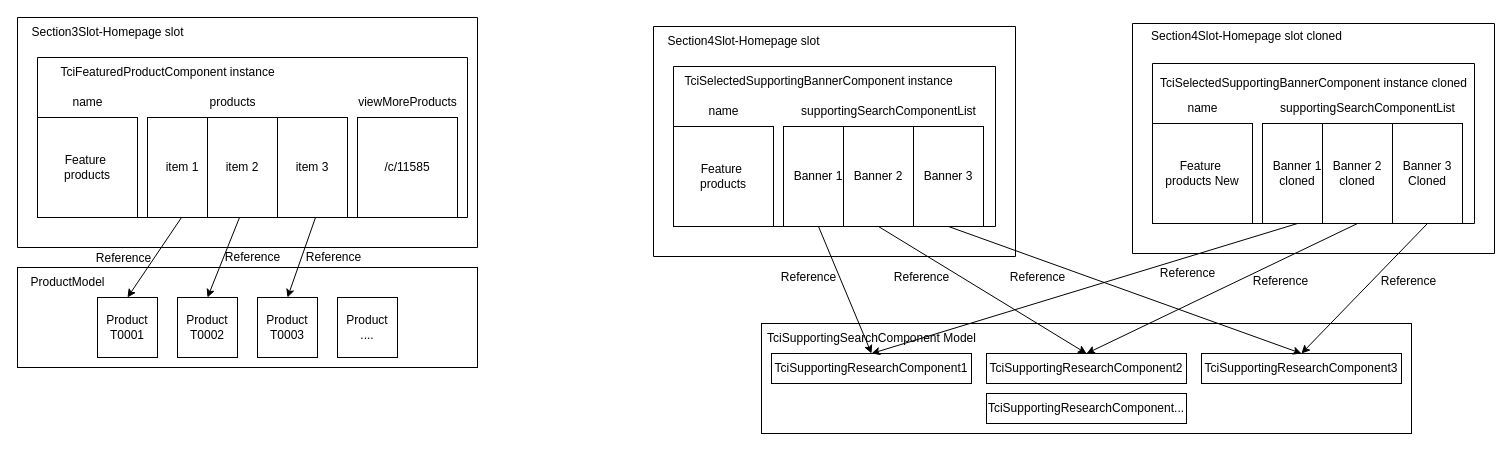
The draw.io diagram diagrams/DrawTemp.drawio in pinestran/transferfiles, before the edit. Source tidied: cells renumbered, new cells numbered last; positions are measured from the earlier drawing's top-left corner, leaving out a move shared by most shapes. Both pictures are drawn from the tidied source at 100%, with x=0, y=0 at pixel (17, 17).
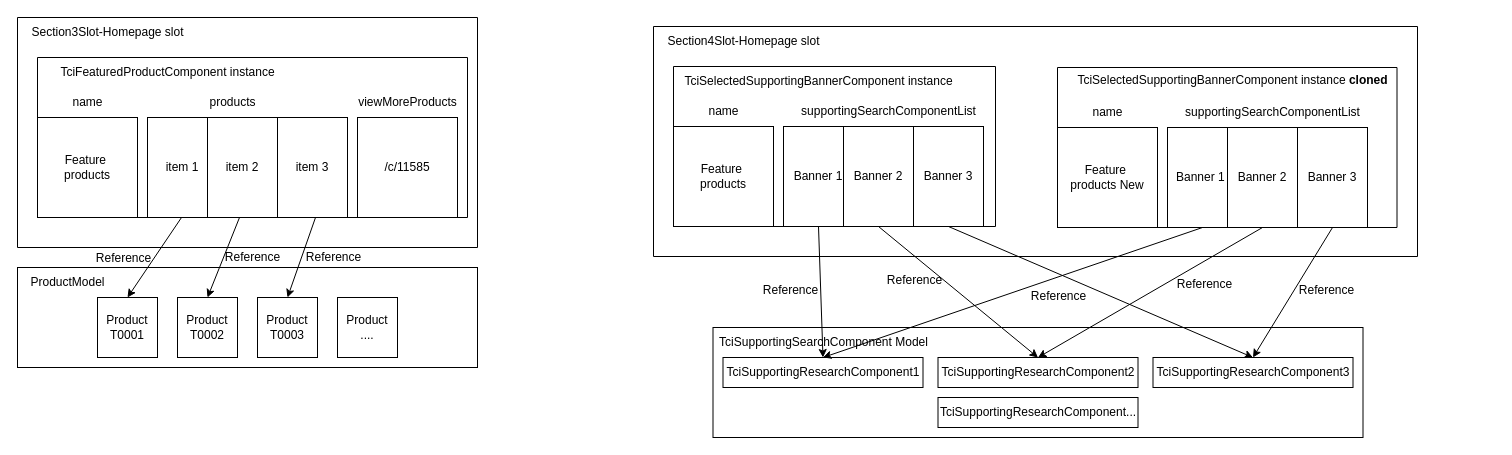
After the change.

Change to the diagram source:
```diff
@@
     <mxCell id="21" style="rounded=0;whiteSpace=wrap;html=1;" parent="1" vertex="1">
-      <mxGeometry x="744" y="306" width="650" height="110" as="geometry" />
+      <mxGeometry x="695.5" y="310" width="650" height="110" as="geometry" />
     </mxCell>
     <mxCell id="22" style="swimlane;startSize=0;" parent="1" vertex="1">
-      <mxGeometry x="636" y="9" width="362" height="230" as="geometry" />
+      <mxGeometry x="636" y="9" width="764" height="230" as="geometry" />
     </mxCell>
@@
     <mxCell id="33" value="TciSupportingSearchComponent Model" style="text;html=1;align=center;verticalAlign=middle;strokeColor=none;fillColor=none;" parent="1" vertex="1">
-      <mxGeometry x="739" y="306" width="230" height="30" as="geometry" />
+      <mxGeometry x="690.5" y="310" width="230" height="30" as="geometry" />
     </mxCell>
     <mxCell id="34" value="TciSupportingResearchComponent1" style="rounded=0;whiteSpace=wrap;html=1;" parent="1" vertex="1">
-      <mxGeometry x="754" y="336" width="200" height="30" as="geometry" />
+      <mxGeometry x="705.5" y="340" width="200" height="30" as="geometry" />
     </mxCell>
     <mxCell id="35" value="TciSupportingResearchComponent2" style="rounded=0;whiteSpace=wrap;html=1;" parent="1" vertex="1">
-      <mxGeometry x="969" y="336" width="200" height="30" as="geometry" />
+      <mxGeometry x="920.5" y="340" width="200" height="30" as="geometry" />
     </mxCell>
     <mxCell id="36" value="TciSupportingResearchComponent3" style="rounded=0;whiteSpace=wrap;html=1;" parent="1" vertex="1">
-      <mxGeometry x="1184" y="336" width="200" height="30" as="geometry" />
+      <mxGeometry x="1135.5" y="340" width="200" height="30" as="geometry" />
     </mxCell>
     <mxCell id="37" value="TciSupportingResearchComponent..." style="rounded=0;whiteSpace=wrap;html=1;" parent="1" vertex="1">
-      <mxGeometry x="969" y="376" width="200" height="30" as="geometry" />
+      <mxGeometry x="920.5" y="380" width="200" height="30" as="geometry" />
     </mxCell>
@@
     <mxCell id="44" value="Reference" style="text;html=1;align=center;verticalAlign=middle;strokeColor=none;fillColor=none;" parent="1" vertex="1">
-      <mxGeometry x="754" y="247" width="73" height="26" as="geometry" />
+      <mxGeometry x="736" y="260" width="73" height="26" as="geometry" />
     </mxCell>
     <mxCell id="45" value="Reference" style="text;html=1;align=center;verticalAlign=middle;strokeColor=none;fillColor=none;" parent="1" vertex="1">
-      <mxGeometry x="983" y="247" width="73" height="26" as="geometry" />
+      <mxGeometry x="1004" y="266" width="73" height="26" as="geometry" />
     </mxCell>
     <mxCell id="46" value="Reference" style="text;html=1;align=center;verticalAlign=middle;strokeColor=none;fillColor=none;" parent="1" vertex="1">
-      <mxGeometry x="867" y="247" width="73" height="26" as="geometry" />
+      <mxGeometry x="860" y="250" width="73" height="26" as="geometry" />
     </mxCell>
@@
-    <mxCell id="50" style="swimlane;startSize=0;" parent="1" vertex="1">
-      <mxGeometry x="1115" y="6" width="362" height="230" as="geometry" />
-    </mxCell>
-    <mxCell id="51" value="Section4Slot-Homepage slot cloned" style="text;html=1;align=center;verticalAlign=middle;strokeColor=none;fillColor=none;" parent="50" vertex="1">
-      <mxGeometry x="9" width="209" height="26" as="geometry" />
-    </mxCell>
+    <mxCell id="61" style="endArrow=classic;html=1;rounded=0;entryX=0.5;entryY=0;entryDx=0;entryDy=0;exitX=0.5;exitY=1;exitDx=0;exitDy=0;" parent="1" edge="1" source="57" target="36">
+      <mxGeometry relative="1" as="geometry" />
+    </mxCell>
+    <mxCell id="62" style="endArrow=classic;html=1;rounded=0;entryX=0.5;entryY=0;entryDx=0;entryDy=0;exitX=0.5;exitY=1;exitDx=0;exitDy=0;" parent="1" edge="1" source="58" target="35">
+      <mxGeometry relative="1" as="geometry" />
+    </mxCell>
+    <mxCell id="63" style="endArrow=classic;html=1;rounded=0;entryX=0.5;entryY=0;entryDx=0;entryDy=0;exitX=0.5;exitY=1;exitDx=0;exitDy=0;" parent="1" edge="1" source="56" target="34">
+      <mxGeometry relative="1" as="geometry" />
+    </mxCell>
+    <mxCell id="64" value="Reference" style="text;html=1;align=center;verticalAlign=middle;strokeColor=none;fillColor=none;" parent="1" vertex="1">
+      <mxGeometry x="1150" y="254" width="73" height="26" as="geometry" />
+    </mxCell>
+    <mxCell id="66" value="Reference" style="text;html=1;align=center;verticalAlign=middle;strokeColor=none;fillColor=none;" parent="1" vertex="1">
+      <mxGeometry x="1272.5" y="260" width="73" height="26" as="geometry" />
+    </mxCell>
-    <mxCell id="52" style="swimlane;startSize=0;" parent="50" vertex="1">
-      <mxGeometry x="20" y="40" width="322" height="160" as="geometry" />
+    <mxCell id="52" style="swimlane;startSize=0;" parent="1" vertex="1">
+      <mxGeometry x="1040" y="50" width="339.5" height="160" as="geometry" />
     </mxCell>
-    <mxCell id="53" value="TciSelectedSupportingBannerComponent instance cloned" style="text;html=1;align=center;verticalAlign=middle;strokeColor=none;fillColor=none;" parent="52" vertex="1">
-      <mxGeometry x="-1.5" y="7" width="325" height="26" as="geometry" />
-    </mxCell>
@@
-    <mxCell id="56" value="Banner 1 cloned" style="rounded=0;whiteSpace=wrap;html=1;" parent="52" vertex="1">
+    <mxCell id="56" value="Banner 1&amp;nbsp;" style="rounded=0;whiteSpace=wrap;html=1;" parent="52" vertex="1">
       <mxGeometry x="110" y="60" width="70" height="100" as="geometry" />
     </mxCell>
-    <mxCell id="57" value="Banner 3&lt;br&gt;Cloned" style="rounded=0;whiteSpace=wrap;html=1;" parent="52" vertex="1">
+    <mxCell id="57" value="Banner 3" style="rounded=0;whiteSpace=wrap;html=1;" parent="52" vertex="1">
       <mxGeometry x="240" y="60" width="70" height="100" as="geometry" />
     </mxCell>
-    <mxCell id="58" value="Banner 2 cloned" style="rounded=0;whiteSpace=wrap;html=1;" parent="52" vertex="1">
+    <mxCell id="58" value="Banner 2" style="rounded=0;whiteSpace=wrap;html=1;" parent="52" vertex="1">
       <mxGeometry x="170" y="60" width="70" height="100" as="geometry" />
     </mxCell>
@@
-    <mxCell id="61" style="endArrow=classic;html=1;rounded=0;entryX=0.5;entryY=0;entryDx=0;entryDy=0;exitX=0.5;exitY=1;exitDx=0;exitDy=0;" parent="1" edge="1" source="57" target="36">
-      <mxGeometry relative="1" as="geometry" />
-    </mxCell>
-    <mxCell id="62" style="endArrow=classic;html=1;rounded=0;entryX=0.5;entryY=0;entryDx=0;entryDy=0;exitX=0.5;exitY=1;exitDx=0;exitDy=0;" parent="1" edge="1" source="58" target="35">
-      <mxGeometry relative="1" as="geometry" />
-    </mxCell>
-    <mxCell id="63" style="endArrow=classic;html=1;rounded=0;entryX=0.5;entryY=0;entryDx=0;entryDy=0;exitX=0.5;exitY=1;exitDx=0;exitDy=0;" parent="1" edge="1" source="56" target="34">
-      <mxGeometry relative="1" as="geometry" />
-    </mxCell>
-    <mxCell id="64" value="Reference" style="text;html=1;align=center;verticalAlign=middle;strokeColor=none;fillColor=none;" parent="1" vertex="1">
-      <mxGeometry x="1133" y="243" width="73" height="26" as="geometry" />
-    </mxCell>
-    <mxCell id="65" value="Reference" style="text;html=1;align=center;verticalAlign=middle;strokeColor=none;fillColor=none;" parent="1" vertex="1">
-      <mxGeometry x="1354" y="251" width="73" height="26" as="geometry" />
-    </mxCell>
-    <mxCell id="66" value="Reference" style="text;html=1;align=center;verticalAlign=middle;strokeColor=none;fillColor=none;" parent="1" vertex="1">
-      <mxGeometry x="1226" y="251" width="73" height="26" as="geometry" />
-    </mxCell>
+    <mxCell id="53" value="TciSelectedSupportingBannerComponent instance &lt;b&gt;cloned&lt;/b&gt;" style="text;html=1;align=center;verticalAlign=middle;strokeColor=none;fillColor=none;" parent="52" vertex="1">
+      <mxGeometry x="9.5" y="-2" width="330" height="30" as="geometry" />
+    </mxCell>
```
